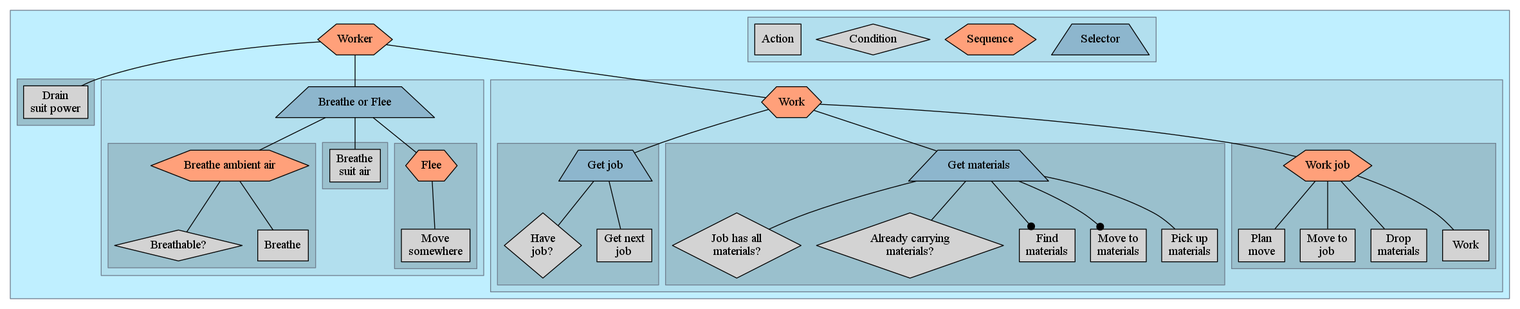
Cylindric/Sim keeps this Graphviz diagram as Tools/graphs/graph.png. Above is the earlier version. Its source is kept beside it as Tools/graphs/graph.dot.
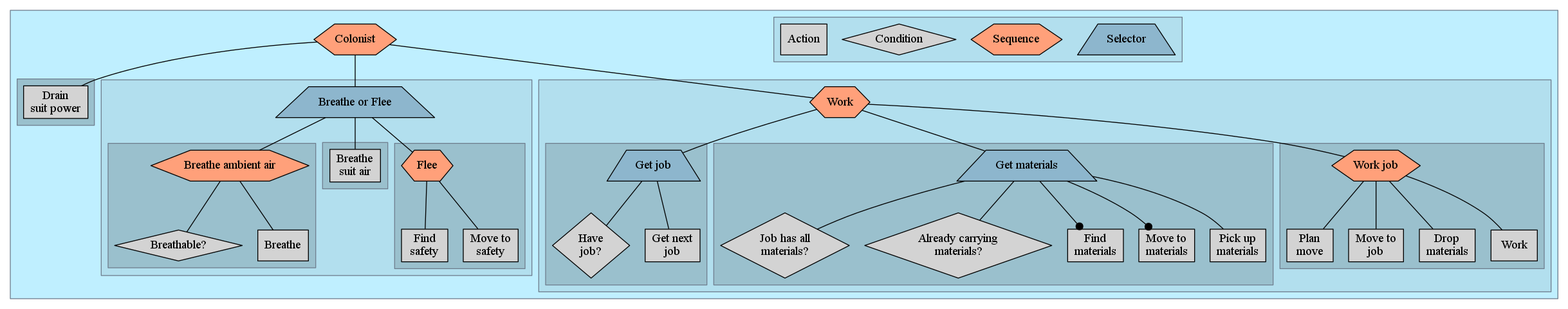
After the change.

The edit, as a diff of the source:
```diff
@@ -10,7 +10,11 @@
 		color=slategrey;
 
 		subgraph worker {
-			worker [label="Worker"/*sequence*/];
+			worker [label="Colonist"/*sequence*/];
+
+			worker -> drain_suit;
+			worker -> breathe_or_flee;
+			worker -> work;
 
 			subgraph cluster_drain_suit {
 				style=filled;fillcolor=lightblue3;
@@ -21,22 +25,34 @@
 				style=filled;fillcolor=lightblue2;
 				breathe_or_flee [label="Breathe or Flee"/*selector*/];
 
+				breathe_or_flee -> breathe;
+				breathe_or_flee -> breathe_suit;
+				breathe_or_flee -> flee;
+
 				subgraph cluster_breathe_ambient {
 					style=filled;fillcolor=lightblue3;
 					breathe [label="Breathe ambient air"/*sequence*/];
-
 					breathable [label="Breathable?"/*condition*/];
 					do_breathing [label="Breathe"];
+
+					breathe -> breathable;
+					breathe -> do_breathing;
 				}
 
 				subgraph cluster_breathe_suit {
 					style=filled;fillcolor=lightblue3;
 					breathe_suit [label="Breathe\nsuit air"];
 				}
+
+
 				subgraph cluster_flee {
 					style=filled;fillcolor=lightblue3;
 					flee [label="Flee"/*sequence*/];
-					move_to_somewhere_else [label="Move\nsomewhere"];
+					find_safety [label="Find\nsafety"];
+					move_to_somewhere_else [label="Move to\nsafety"];
+
+					flee -> find_safety;
+					flee -> move_to_somewhere_else;
 				}
 			}
 
@@ -44,11 +60,18 @@
 				style=filled;fillcolor=lightblue2;
 				work [label="Work"/*sequence*/];
 
+				work -> get_job;
+				work -> get_materials;
+				work -> work_job;
+
 				subgraph cluster_get_job {
 					style=filled;fillcolor=lightblue3;
 					get_job [label="Get job"/*selector*/];
 					have_a_job [label="Have\njob?"/*condition*/];
 					get_next_job [label="Get next\njob"];
+
+					get_job -> have_a_job;
+					get_job -> get_next_job;
 				}
 
 				subgraph cluster_get_materials {
@@ -59,47 +82,30 @@
 					find_materials [label="Find\nmaterials"];
 					move_to_materials [label="Move to\nmaterials"];
 					pickup_materials [label="Pick up\nmaterials"];
+
+					get_materials -> job_has_materials;
+					get_materials -> am_carrying_materials;
+					get_materials -> find_materials [arrowhead=dot];
+					get_materials -> move_to_materials [arrowhead=dot];
+					get_materials -> pickup_materials;
 				}
 
 				subgraph cluster_work_job {
 					style=filled;fillcolor=lightblue3;
 					work_job [label="Work job"/*sequence*/];
-
 					setup_move_to_job [label="Plan\nmove"];
 					move_to_job [label="Move to\njob"];
 					drop_stock [label="Drop\nmaterials"];
 					do_work [label="Work"];
+
+					work_job -> setup_move_to_job;
+					work_job -> move_to_job;
+					work_job -> drop_stock;
+					work_job -> do_work;
 				}
 			}
 		}
 
-		worker -> drain_suit;
-
-		worker -> breathe_or_flee;
-			breathe_or_flee -> breathe;
-				breathe -> breathable;
-				breathe -> do_breathing;
-			breathe_or_flee -> breathe_suit;
-			breathe_or_flee -> flee;
-				flee -> move_to_somewhere_else;
-
-				worker -> work;
-			work -> get_job;
-				get_job -> have_a_job;
-				get_job -> get_next_job;
-
-				work -> get_materials;
-				get_materials -> job_has_materials;
-				get_materials -> am_carrying_materials;
-				get_materials -> find_materials [arrowhead=dot];
-				get_materials -> move_to_materials [arrowhead=dot];
-				get_materials -> pickup_materials;
-
-				work -> work_job;
-				work_job -> setup_move_to_job;
-				work_job -> move_to_job;
-				work_job -> drop_stock;
-				work_job -> do_work;
 
 
 
```
